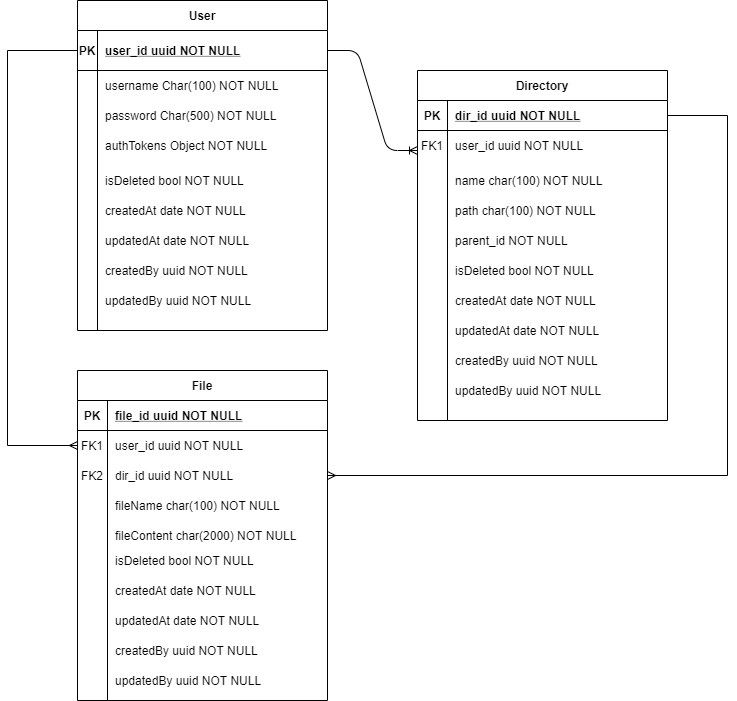
This is ER.png from deshaware/dms, a draw.io export, as it was before one commit. Source tidied: cells renumbered, new cells last; positions are measured from the earlier drawing's top-left corner, leaving out a move shared by most shapes.
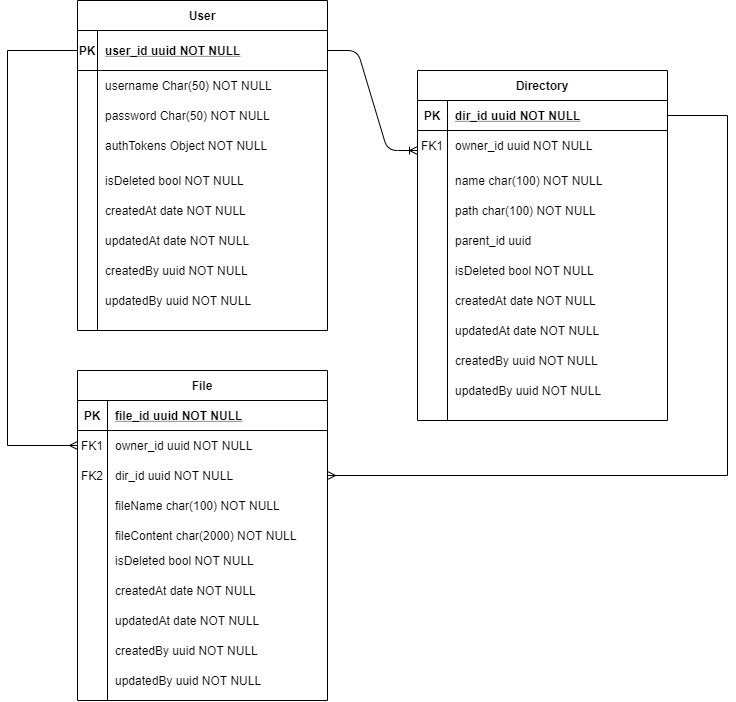
After the commit.

The edit, as a diff of the source:
```diff
@@ -20,30 +20,30 @@
     <mxCell id="7" style="shape=partialRectangle;overflow=hidden;fillColor=none;top=0;left=0;bottom=0;right=0;" parent="6" vertex="1">
       <mxGeometry width="20" height="30" as="geometry" />
     </mxCell>
-    <mxCell id="8" value="username Char(100) NOT NULL" style="shape=partialRectangle;overflow=hidden;fillColor=none;top=0;left=0;bottom=0;right=0;align=left;spacingLeft=6;" parent="6" vertex="1">
-      <mxGeometry x="20" width="230" height="30" as="geometry" />
-    </mxCell>
+    <mxCell id="53" value="username Char(50) NOT NULL" style="shape=partialRectangle;overflow=hidden;fillColor=none;top=0;left=0;bottom=0;right=0;align=left;spacingLeft=6;" parent="6" vertex="1">
+      <mxGeometry x="20" width="230" height="30" as="geometry" />
+    </mxCell>
     <mxCell id="9" value="Directory" style="shape=table;startSize=30;rowLines=0;fontStyle=1;align=center;" parent="1" vertex="1">
       <mxGeometry x="410" y="70" width="250" height="350" as="geometry" />
     </mxCell>
-    <mxCell id="10" style="shape=partialRectangle;fillColor=none;points=[[0,0.5],[1,0.5]];portConstraint=eastwest;top=0;left=0;right=0;bottom=1;" parent="9" vertex="1">
-      <mxGeometry y="30" width="250" height="30" as="geometry" />
-    </mxCell>
-    <mxCell id="11" value="PK" style="shape=partialRectangle;overflow=hidden;fillColor=none;top=0;left=0;bottom=0;right=0;fontStyle=1;" parent="10" vertex="1">
-      <mxGeometry width="30" height="30" as="geometry" />
-    </mxCell>
+    <mxCell id="54" style="shape=partialRectangle;fillColor=none;points=[[0,0.5],[1,0.5]];portConstraint=eastwest;top=0;left=0;right=0;bottom=1;" parent="9" vertex="1">
+      <mxGeometry y="30" width="250" height="30" as="geometry" />
+    </mxCell>
+    <mxCell id="55" value="PK" style="shape=partialRectangle;overflow=hidden;fillColor=none;top=0;left=0;bottom=0;right=0;fontStyle=1;" parent="54" vertex="1">
+      <mxGeometry width="30" height="30" as="geometry" />
+    </mxCell>
-    <mxCell id="12" value="dir_id uuid NOT NULL" style="shape=partialRectangle;overflow=hidden;fillColor=none;top=0;left=0;bottom=0;right=0;align=left;spacingLeft=6;fontStyle=5;" parent="10" vertex="1">
+    <mxCell id="12" value="dir_id uuid NOT NULL" style="shape=partialRectangle;overflow=hidden;fillColor=none;top=0;left=0;bottom=0;right=0;align=left;spacingLeft=6;fontStyle=5;" parent="54" vertex="1">
       <mxGeometry x="30" width="220" height="30" as="geometry" />
     </mxCell>
-    <mxCell id="13" style="shape=partialRectangle;fillColor=none;top=0;left=0;right=0;bottom=0;" parent="9" vertex="1">
-      <mxGeometry y="60" width="250" height="30" as="geometry" />
-    </mxCell>
-    <mxCell id="14" value="FK1" style="shape=partialRectangle;overflow=hidden;fillColor=none;top=0;left=0;bottom=0;right=0;" parent="13" vertex="1">
-      <mxGeometry width="30" height="30" as="geometry" />
-    </mxCell>
-    <mxCell id="15" value="user_id uuid NOT NULL" style="shape=partialRectangle;overflow=hidden;fillColor=none;top=0;left=0;bottom=0;right=0;align=left;spacingLeft=6;" parent="13" vertex="1">
-      <mxGeometry x="30" width="220" height="30" as="geometry" />
-    </mxCell>
+    <mxCell id="56" style="shape=partialRectangle;fillColor=none;top=0;left=0;right=0;bottom=0;" parent="9" vertex="1">
+      <mxGeometry y="60" width="250" height="30" as="geometry" />
+    </mxCell>
+    <mxCell id="57" value="FK1" style="shape=partialRectangle;overflow=hidden;fillColor=none;top=0;left=0;bottom=0;right=0;" parent="56" vertex="1">
+      <mxGeometry width="30" height="30" as="geometry" />
+    </mxCell>
+    <mxCell id="58" value="owner_id uuid NOT NULL" style="shape=partialRectangle;overflow=hidden;fillColor=none;top=0;left=0;bottom=0;right=0;align=left;spacingLeft=6;" parent="56" vertex="1">
+      <mxGeometry x="30" width="220" height="30" as="geometry" />
+    </mxCell>
     <mxCell id="16" style="shape=partialRectangle;fillColor=none;top=0;left=0;right=0;bottom=0;" parent="9" vertex="1">
       <mxGeometry y="90" width="250" height="40" as="geometry" />
     </mxCell>
@@ -56,9 +56,9 @@
     <mxCell id="19" value="path char(100) NOT NULL" style="shape=partialRectangle;overflow=hidden;fillColor=none;top=0;left=0;bottom=0;right=0;align=left;spacingLeft=6;" parent="1" vertex="1">
       <mxGeometry x="440" y="190" width="220" height="40" as="geometry" />
     </mxCell>
-    <mxCell id="20" value="parent_id NOT NULL" style="shape=partialRectangle;overflow=hidden;fillColor=none;top=0;left=0;bottom=0;right=0;align=left;spacingLeft=6;" parent="1" vertex="1">
-      <mxGeometry x="440" y="220" width="220" height="40" as="geometry" />
-    </mxCell>
+    <mxCell id="59" value="parent_id uuid" style="shape=partialRectangle;overflow=hidden;fillColor=none;top=0;left=0;bottom=0;right=0;align=left;spacingLeft=6;" parent="1" vertex="1">
+      <mxGeometry x="440" y="220" width="220" height="40" as="geometry" />
+    </mxCell>
     <mxCell id="21" value="isDeleted bool NOT NULL" style="shape=partialRectangle;overflow=hidden;fillColor=none;top=0;left=0;bottom=0;right=0;align=left;spacingLeft=6;" parent="1" vertex="1">
       <mxGeometry x="440" y="250" width="220" height="40" as="geometry" />
     </mxCell>
@@ -74,9 +74,9 @@
     <mxCell id="25" value="updatedBy uuid NOT NULL" style="shape=partialRectangle;overflow=hidden;fillColor=none;top=0;left=0;bottom=0;right=0;align=left;spacingLeft=6;" parent="1" vertex="1">
       <mxGeometry x="440" y="370" width="220" height="40" as="geometry" />
     </mxCell>
-    <mxCell id="26" value="password Char(500) NOT NULL" style="shape=partialRectangle;overflow=hidden;fillColor=none;top=0;left=0;bottom=0;right=0;align=left;spacingLeft=6;" parent="1" vertex="1">
-      <mxGeometry x="90" y="100" width="230" height="30" as="geometry" />
-    </mxCell>
+    <mxCell id="60" value="password Char(50) NOT NULL" style="shape=partialRectangle;overflow=hidden;fillColor=none;top=0;left=0;bottom=0;right=0;align=left;spacingLeft=6;" parent="1" vertex="1">
+      <mxGeometry x="90" y="100" width="230" height="30" as="geometry" />
+    </mxCell>
     <mxCell id="27" value="authTokens Object NOT NULL" style="shape=partialRectangle;overflow=hidden;fillColor=none;top=0;left=0;bottom=0;right=0;align=left;spacingLeft=6;" parent="1" vertex="1">
       <mxGeometry x="90" y="130" width="230" height="30" as="geometry" />
     </mxCell>
@@ -116,33 +116,33 @@
     <mxCell id="39" value="updatedBy uuid NOT NULL" style="shape=partialRectangle;overflow=hidden;fillColor=none;top=0;left=0;bottom=0;right=0;align=left;spacingLeft=6;" parent="1" vertex="1">
       <mxGeometry x="100" y="660" width="220" height="40" as="geometry" />
     </mxCell>
-    <mxCell id="40" style="edgeStyle=entityRelationEdgeStyle;fontSize=12;html=1;endArrow=ERoneToMany;" parent="1" edge="1">
-      <mxGeometry relative="1" as="geometry">
-        <mxPoint x="320" y="50" as="sourcePoint" />
-        <mxPoint x="410" y="150" as="targetPoint" />
-      </mxGeometry>
-    </mxCell>
+    <mxCell id="61" style="edgeStyle=entityRelationEdgeStyle;fontSize=12;html=1;endArrow=ERoneToMany;" parent="1" edge="1">
+      <mxGeometry relative="1" as="geometry">
+        <mxPoint x="320" y="50" as="sourcePoint" />
+        <mxPoint x="410" y="150" as="targetPoint" />
+      </mxGeometry>
+    </mxCell>
     <mxCell id="41" value="File" style="shape=table;startSize=30;rowLines=0;fontStyle=1;align=center;" parent="1" vertex="1">
       <mxGeometry x="70" y="370" width="250" height="330" as="geometry" />
     </mxCell>
-    <mxCell id="42" style="shape=partialRectangle;fillColor=none;top=0;left=0;right=0;bottom=1;" parent="41" vertex="1">
-      <mxGeometry y="30" width="250" height="30" as="geometry" />
-    </mxCell>
-    <mxCell id="43" value="PK" style="shape=partialRectangle;overflow=hidden;fillColor=none;top=0;left=0;bottom=0;right=0;fontStyle=1;" parent="42" vertex="1">
-      <mxGeometry width="30" height="30" as="geometry" />
-    </mxCell>
+    <mxCell id="62" style="shape=partialRectangle;fillColor=none;top=0;left=0;right=0;bottom=1;" parent="41" vertex="1">
+      <mxGeometry y="30" width="250" height="30" as="geometry" />
+    </mxCell>
+    <mxCell id="63" value="PK" style="shape=partialRectangle;overflow=hidden;fillColor=none;top=0;left=0;bottom=0;right=0;fontStyle=1;" parent="62" vertex="1">
+      <mxGeometry width="30" height="30" as="geometry" />
+    </mxCell>
-    <mxCell id="44" value="file_id uuid NOT NULL" style="shape=partialRectangle;overflow=hidden;fillColor=none;top=0;left=0;bottom=0;right=0;align=left;spacingLeft=6;fontStyle=5;" parent="42" vertex="1">
+    <mxCell id="44" value="file_id uuid NOT NULL" style="shape=partialRectangle;overflow=hidden;fillColor=none;top=0;left=0;bottom=0;right=0;align=left;spacingLeft=6;fontStyle=5;" parent="62" vertex="1">
       <mxGeometry x="30" width="220" height="30" as="geometry" />
     </mxCell>
-    <mxCell id="45" style="shape=partialRectangle;fillColor=none;points=[[0,0.5],[1,0.5]];portConstraint=eastwest;top=0;left=0;right=0;bottom=0;" parent="41" vertex="1">
-      <mxGeometry y="60" width="250" height="30" as="geometry" />
-    </mxCell>
-    <mxCell id="46" value="FK1" style="shape=partialRectangle;overflow=hidden;fillColor=none;top=0;left=0;bottom=0;right=0;" parent="45" vertex="1">
-      <mxGeometry width="30" height="30" as="geometry" />
-    </mxCell>
-    <mxCell id="47" value="user_id uuid NOT NULL" style="shape=partialRectangle;overflow=hidden;fillColor=none;top=0;left=0;bottom=0;right=0;align=left;spacingLeft=6;" parent="45" vertex="1">
-      <mxGeometry x="30" width="220" height="30" as="geometry" />
-    </mxCell>
+    <mxCell id="64" style="shape=partialRectangle;fillColor=none;points=[[0,0.5],[1,0.5]];portConstraint=eastwest;top=0;left=0;right=0;bottom=0;" parent="41" vertex="1">
+      <mxGeometry y="60" width="250" height="30" as="geometry" />
+    </mxCell>
+    <mxCell id="65" value="FK1" style="shape=partialRectangle;overflow=hidden;fillColor=none;top=0;left=0;bottom=0;right=0;" parent="64" vertex="1">
+      <mxGeometry width="30" height="30" as="geometry" />
+    </mxCell>
+    <mxCell id="66" value="owner_id uuid NOT NULL" style="shape=partialRectangle;overflow=hidden;fillColor=none;top=0;left=0;bottom=0;right=0;align=left;spacingLeft=6;" parent="64" vertex="1">
+      <mxGeometry x="30" width="220" height="30" as="geometry" />
+    </mxCell>
     <mxCell id="48" style="shape=partialRectangle;fillColor=none;points=[[0,0.5],[1,0.5]];portConstraint=eastwest;top=0;left=0;right=0;bottom=0;" parent="41" vertex="1">
       <mxGeometry y="90" width="250" height="30" as="geometry" />
     </mxCell>
@@ -152,21 +152,21 @@
     <mxCell id="50" value="dir_id uuid NOT NULL" style="shape=partialRectangle;overflow=hidden;fillColor=none;top=0;left=0;bottom=0;right=0;align=left;spacingLeft=6;" parent="48" vertex="1">
       <mxGeometry x="30" width="220" height="30" as="geometry" />
     </mxCell>
-    <mxCell id="51" style="edgeStyle=orthogonalEdgeStyle;rounded=0;jettySize=auto;html=1;exitX=1;exitY=0.5;exitDx=0;exitDy=0;entryX=1;entryY=0.5;entryDx=0;entryDy=0;endArrow=ERmany;endFill=0;" parent="1" edge="1" source="10" target="48">
-      <mxGeometry relative="1" as="geometry">
-        <Array as="points">
-          <mxPoint x="720" y="115" />
-          <mxPoint x="720" y="475" />
-        </Array>
-      </mxGeometry>
-    </mxCell>
-    <mxCell id="52" style="edgeStyle=orthogonalEdgeStyle;rounded=0;jettySize=auto;html=1;exitX=0;exitY=0.5;exitDx=0;exitDy=0;entryX=0;entryY=0.5;entryDx=0;entryDy=0;endArrow=ERmany;endFill=0;" parent="1" edge="1" source="3" target="45">
-      <mxGeometry relative="1" as="geometry">
-        <Array as="points">
-          <mxPoint y="50" />
-          <mxPoint y="445" />
-        </Array>
-      </mxGeometry>
-    </mxCell>
+    <mxCell id="67" style="edgeStyle=orthogonalEdgeStyle;rounded=0;jettySize=auto;html=1;exitX=1;exitY=0.5;exitDx=0;exitDy=0;entryX=1;entryY=0.5;entryDx=0;entryDy=0;endArrow=ERmany;endFill=0;" parent="1" edge="1" source="54" target="48">
+      <mxGeometry relative="1" as="geometry">
+        <Array as="points">
+          <mxPoint x="720" y="115" />
+          <mxPoint x="720" y="475" />
+        </Array>
+      </mxGeometry>
+    </mxCell>
+    <mxCell id="68" style="edgeStyle=orthogonalEdgeStyle;rounded=0;jettySize=auto;html=1;exitX=0;exitY=0.5;exitDx=0;exitDy=0;entryX=0;entryY=0.5;entryDx=0;entryDy=0;endArrow=ERmany;endFill=0;" parent="1" edge="1" source="3" target="64">
+      <mxGeometry relative="1" as="geometry">
+        <Array as="points">
+          <mxPoint y="50" />
+          <mxPoint y="445" />
+        </Array>
+      </mxGeometry>
+    </mxCell>
   </root>
 </mxGraphModel>
```
